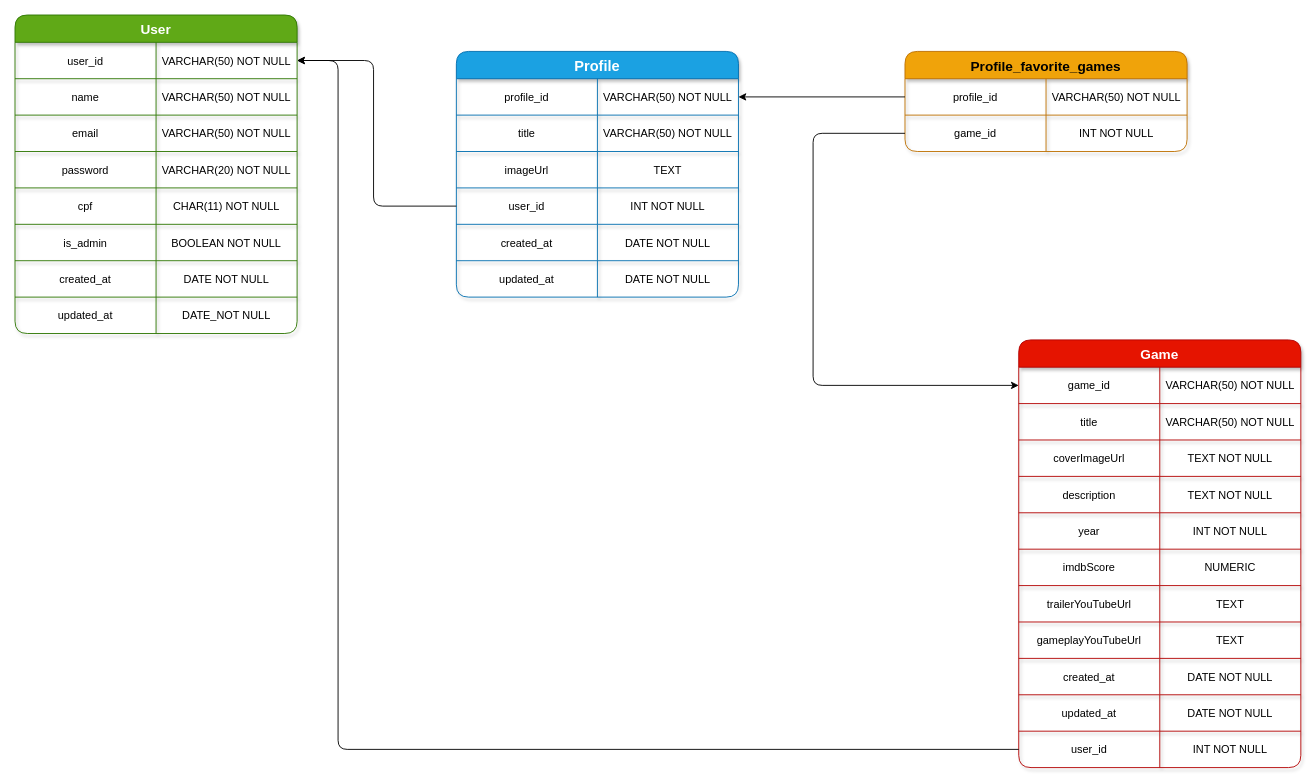
DouglasVolcato/xbox-live-backend-nest keeps this draw.io diagram as src/infra/database/diagram.drawio. Above is the earlier version. Source tidied: cells renumbered, new cells numbered last; positions are measured from the earlier drawing's top-left corner, leaving out a move shared by most shapes. Both pictures are drawn from the tidied source at 91%, with x=0, y=0 at pixel (15, 15).
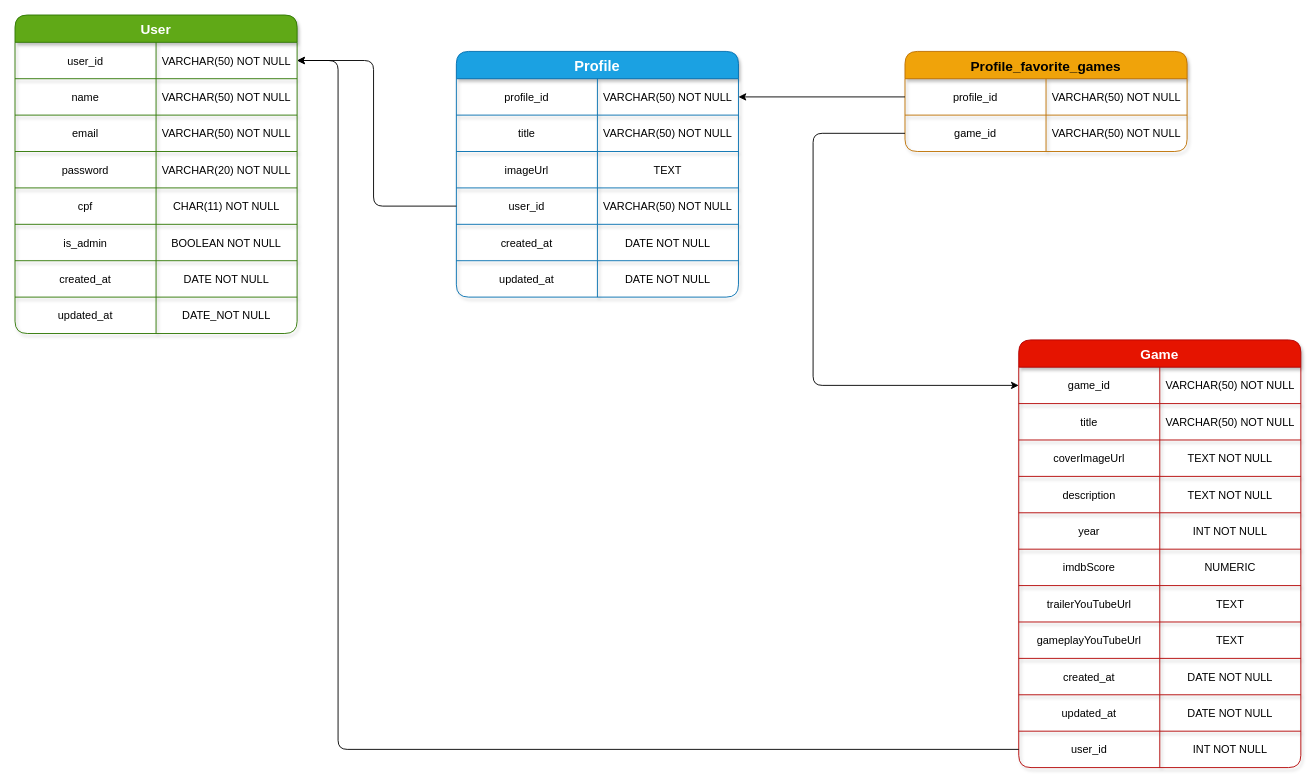
After the change.

Commit message:
fix: fix foreign key data types

Unchanged cells that the change refers to:
```xml
<mxCell id="37" style="shape=partialRectangle;fillColor=none;top=0;left=0;bottom=0;right=0;points=[[0,0.5],[1,0.5]];portConstraint=eastwest;fontSize=12;spacing=0;labelBackgroundColor=none;labelBorderColor=none;strokeColor=default;" parent="27" vertex="1">
  <mxGeometry y="150" width="310" height="40" as="geometry" />
</mxCell>
<mxCell id="85" style="shape=partialRectangle;fillColor=none;top=0;left=0;bottom=0;right=0;points=[[0,0.5],[1,0.5]];portConstraint=eastwest;fontSize=12;spacing=0;labelBackgroundColor=none;labelBorderColor=none;strokeColor=default;" parent="81" vertex="1">
  <mxGeometry y="70" width="310" height="40" as="geometry" />
</mxCell>
```

Change to the diagram source:
```diff
@@
-    <mxCell id="39" value="INT NOT NULL" style="shape=partialRectangle;overflow=hidden;fillColor=none;top=0;left=0;bottom=0;right=0;fontSize=12;spacing=0;labelBackgroundColor=none;labelBorderColor=none;strokeColor=default;" parent="37" vertex="1">
+    <mxCell id="39" value="VARCHAR(50) NOT NULL" style="shape=partialRectangle;overflow=hidden;fillColor=none;top=0;left=0;bottom=0;right=0;fontSize=12;spacing=0;labelBackgroundColor=none;labelBorderColor=none;strokeColor=default;" parent="37" vertex="1">
       <mxGeometry x="155" width="155" height="40" as="geometry" />
     </mxCell>
@@
-    <mxCell id="87" value="INT NOT NULL" style="shape=partialRectangle;overflow=hidden;fillColor=none;top=0;left=0;bottom=0;right=0;fontSize=12;spacing=0;labelBackgroundColor=none;labelBorderColor=none;strokeColor=default;" parent="85" vertex="1">
+    <mxCell id="87" value="VARCHAR(50) NOT NULL" style="shape=partialRectangle;overflow=hidden;fillColor=none;top=0;left=0;bottom=0;right=0;fontSize=12;spacing=0;labelBackgroundColor=none;labelBorderColor=none;strokeColor=default;" parent="85" vertex="1">
       <mxGeometry x="155" width="155" height="40" as="geometry" />
     </mxCell>
```
